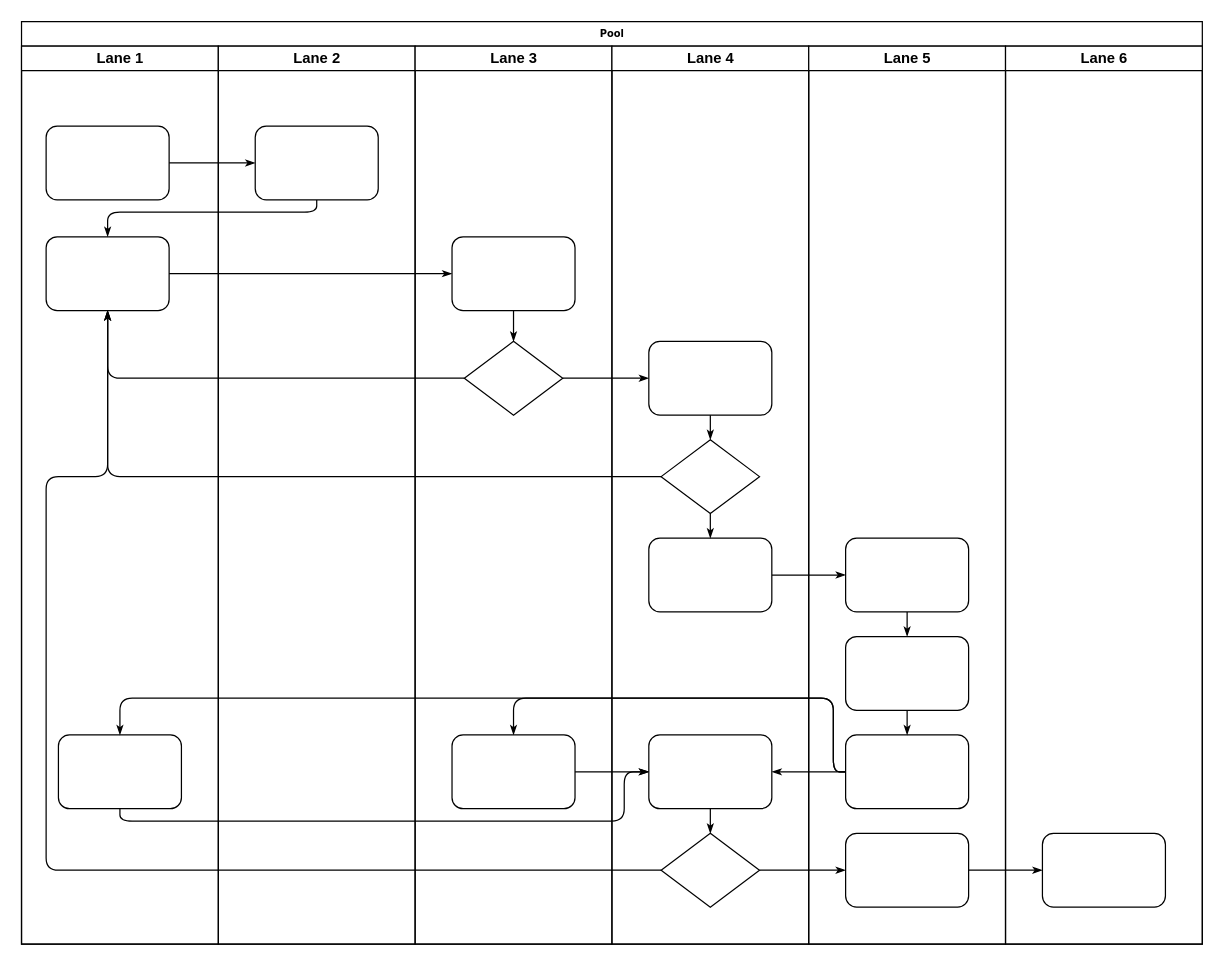
Above: Untitled Diagram.drawio in hyk0316/my-test (draw.io), before the change. Source tidied: cells renumbered, new cells numbered last; positions are measured from the earlier drawing's top-left corner, leaving out a move shared by most shapes. Both pictures are drawn from the tidied source at 123%, with x=0, y=0 at pixel (21, 21).
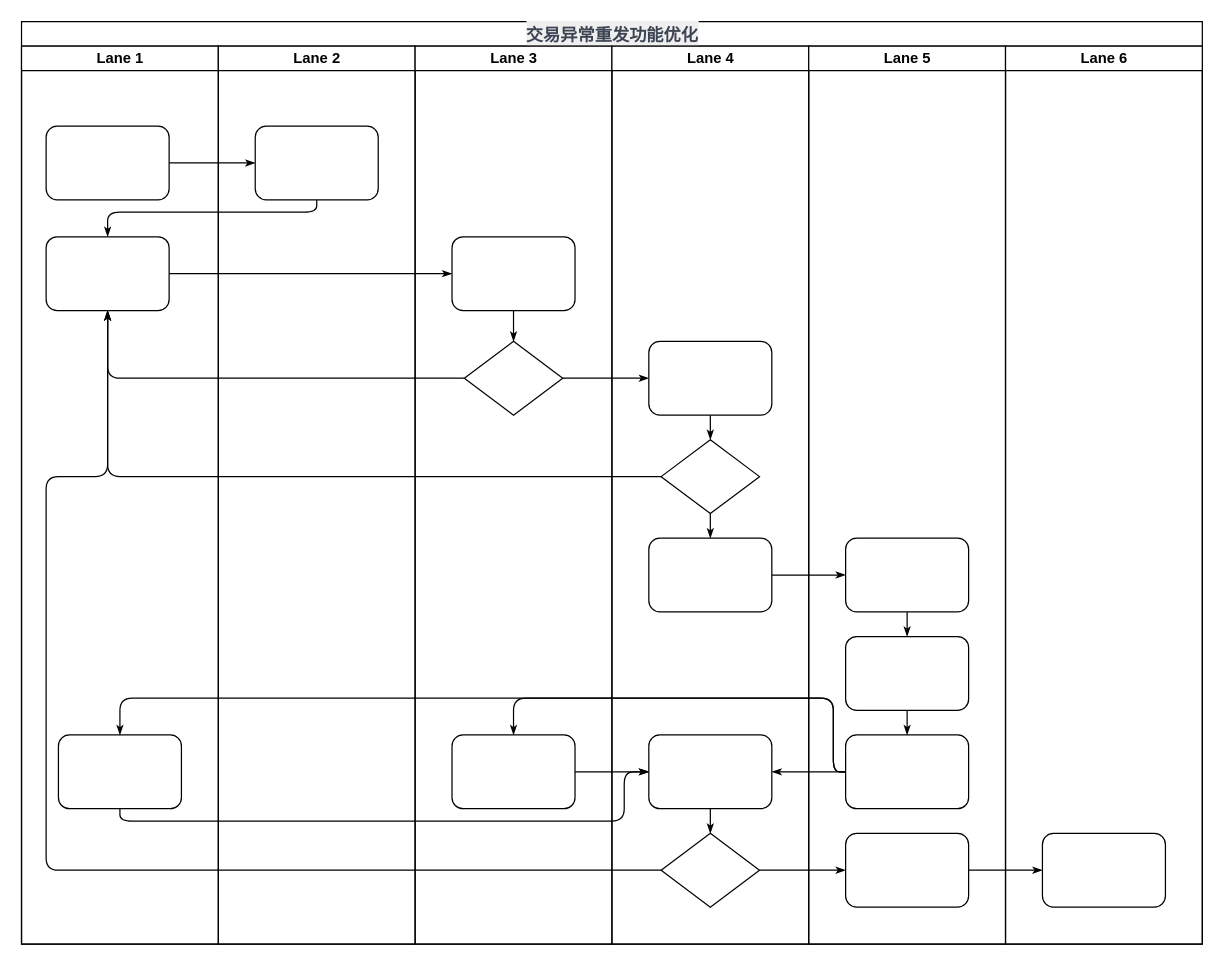
After the change.

Commit message (it also covers changes not shown here):
交易异常重发功能优化.drawio

What changed in the source:
```diff
@@
-    <mxCell id="2" value="Pool" style="swimlane;html=1;startSize=20;rounded=0;shadow=0;labelBackgroundColor=none;strokeWidth=1;fontFamily=Verdana;fontSize=8;align=center;" parent="1" vertex="1">
+    <mxCell id="2" value="&lt;span style=&quot;color: rgb(60 , 67 , 83) ; font-family: &amp;#34;helvetica neue&amp;#34; , &amp;#34;helvetica&amp;#34; , &amp;#34;tahoma&amp;#34; , &amp;#34;arial&amp;#34; , &amp;#34;pingfang sc&amp;#34; , &amp;#34;source han sans cn&amp;#34; , &amp;#34;source han sans&amp;#34; , &amp;#34;source han serif&amp;#34; , &amp;#34;hiragino sans gb&amp;#34; , &amp;#34;wenquanyi micro hei&amp;#34; , &amp;#34;microsoft yahei&amp;#34; , sans-serif ; font-size: 14px ; background-color: rgb(239 , 239 , 239)&quot;&gt;交易异常重发功能优化&lt;/span&gt;" style="swimlane;html=1;startSize=20;rounded=0;shadow=0;labelBackgroundColor=none;strokeWidth=1;fontFamily=Verdana;fontSize=8;align=center;" parent="1" vertex="1">
       <mxGeometry width="960" height="750" as="geometry" />
     </mxCell>
```
